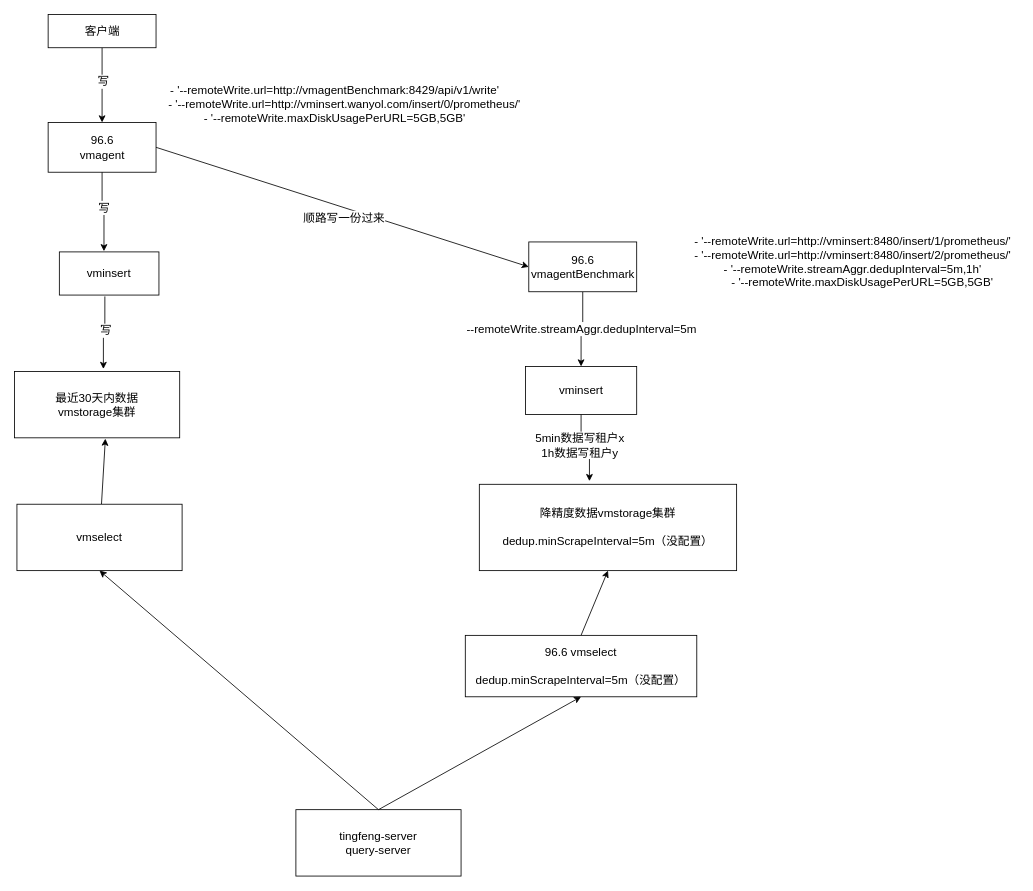
Before: tsdb.drawio in jingb/pythonRepo, a draw.io diagram. Source tidied: cells renumbered, new cells numbered last; positions are measured from the earlier drawing's top-left corner, leaving out a move shared by most shapes. Both pictures are drawn from the tidied source at 83%, with x=0, y=0 at pixel (14, 14).
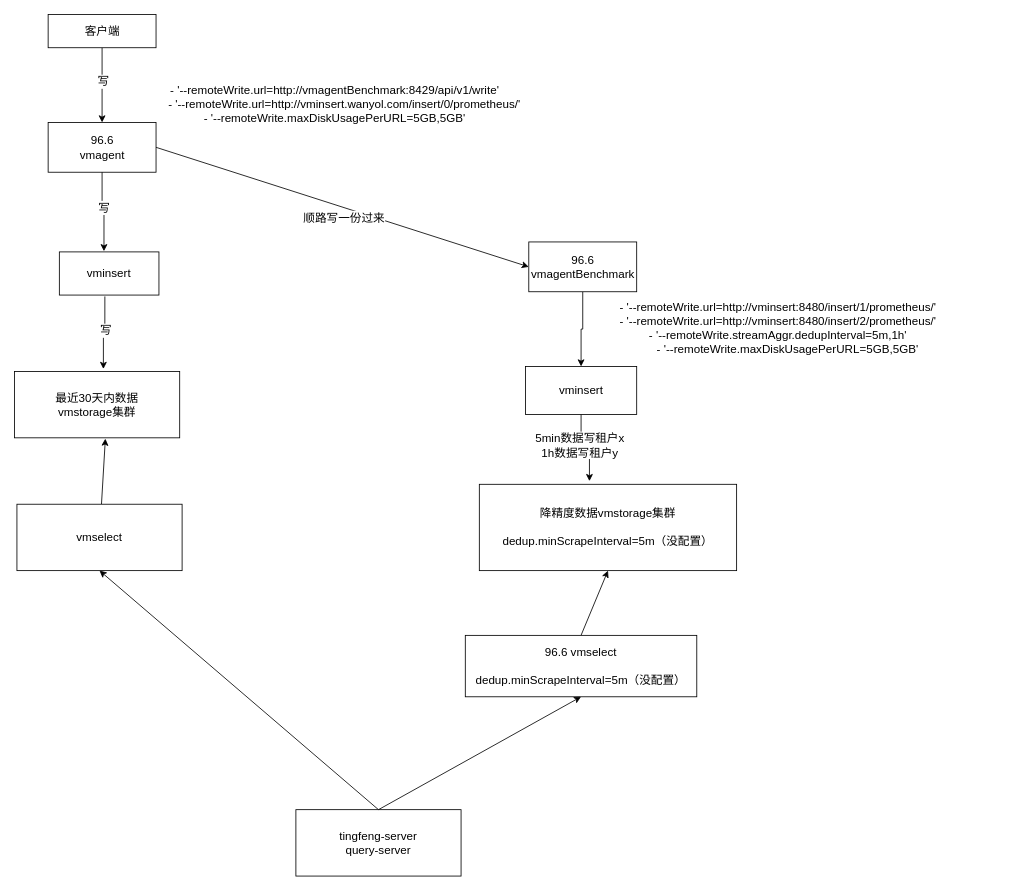
Above is the later version.

Unchanged cells that the change refers to:
```xml
<mxCell id="7" style="edgeStyle=orthogonalEdgeStyle;rounded=0;jettySize=auto;html=1;exitX=0.5;exitY=1;exitDx=0;exitDy=0;entryX=0.5;entryY=0;entryDx=0;entryDy=0;fontSize=14;" parent="1" edge="1" source="9" target="11">
  <mxGeometry relative="1" as="geometry" />
</mxCell>
```

What changed in the source:
```diff
@@
-    <mxCell id="8" value="--remoteWrite.streamAggr.dedupInterval=5m" style="edgeLabel;html=1;align=center;verticalAlign=middle;fontSize=14;" parent="7" vertex="1">
-      <mxGeometry x="-0.05" y="-2" relative="1" as="geometry" />
-    </mxCell>
@@
     <mxCell id="29" value="&lt;div style=&quot;font-size: 14px;&quot;&gt;- '--remoteWrite.url=http://vminsert:8480/insert/1/prometheus/'&lt;br style=&quot;font-size: 14px;&quot;&gt;&lt;span style=&quot;background-color: initial; font-size: 14px;&quot;&gt;- '--remoteWrite.url=http://vminsert:8480/insert/2/prometheus/'&lt;br style=&quot;font-size: 14px;&quot;&gt;&lt;div style=&quot;font-size: 14px;&quot;&gt;- '--remoteWrite.streamAggr.dedupInterval=5m,1h'&lt;/div&gt;&lt;div style=&quot;font-size: 14px;&quot;&gt;&amp;nbsp; &amp;nbsp; &amp;nbsp; - '--remoteWrite.maxDiskUsagePerURL=5GB,5GB'&lt;/div&gt;&lt;/span&gt;&lt;/div&gt;" style="text;html=1;align=center;verticalAlign=middle;whiteSpace=wrap;rounded=0;fontSize=14;" parent="1" vertex="1">
-      <mxGeometry x="810" y="258" width="400" height="80" as="geometry" />
+      <mxGeometry x="720" y="338" width="400" height="80" as="geometry" />
     </mxCell>
```
